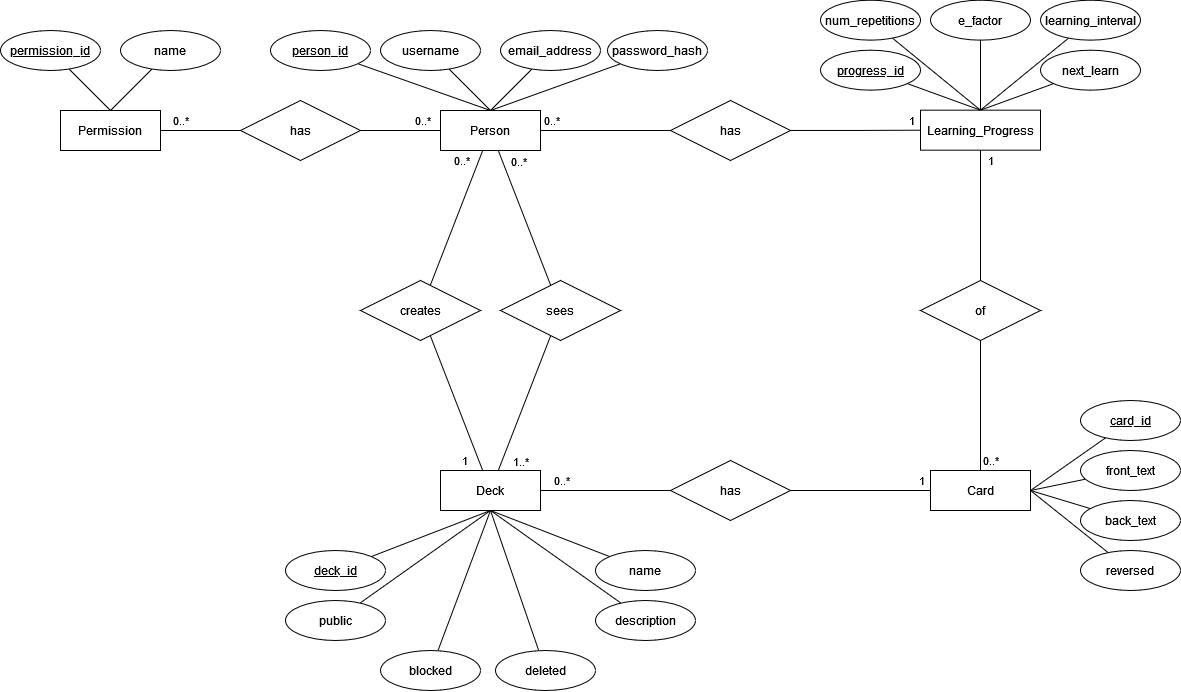
FabioPlunser/SWA-Project keeps this draw.io diagram as Diagrams/er-model/er-model.png. Above is the earlier version. Source tidied: cells renumbered, new cells last; positions are measured from the earlier drawing's top-left corner, leaving out a move shared by most shapes.
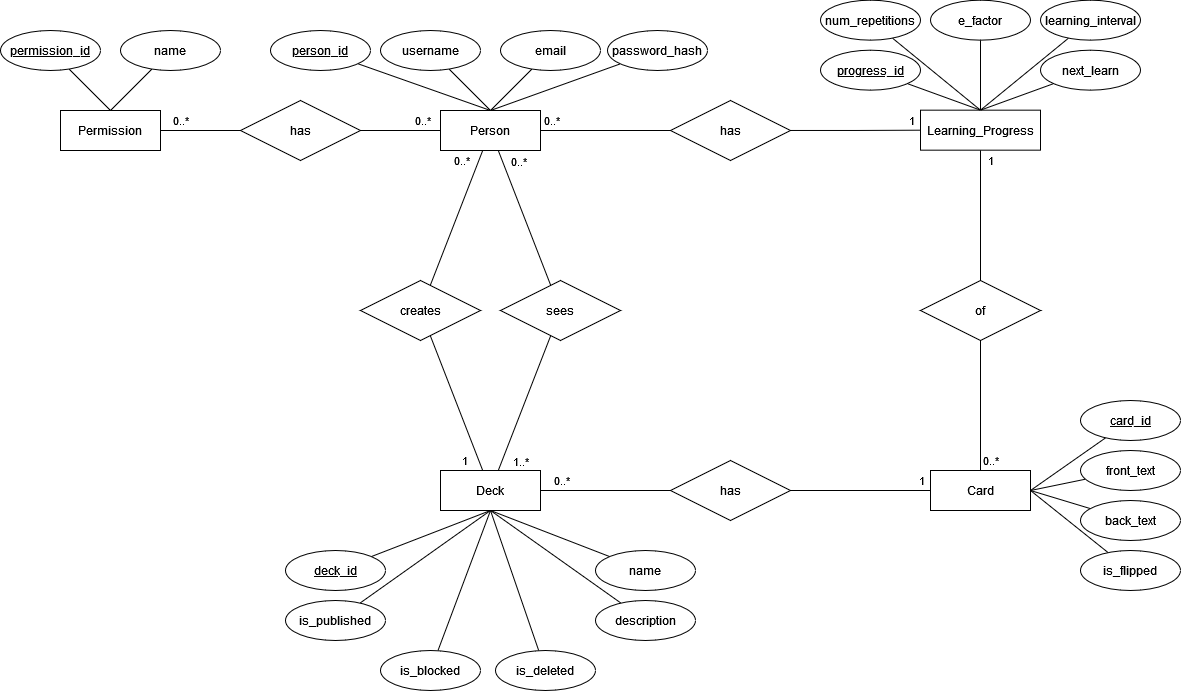
After the commit.

Commit message:
Update attribute names to match column names in current implementation (except snake case instead of camel case)

The edit, as a diff of the source:
```diff
@@ -55,7 +55,7 @@
     <mxCell id="16" value="username" style="ellipse;whiteSpace=wrap;html=1;align=center;" parent="1" vertex="1">
       <mxGeometry x="380" y="30" width="100" height="40" as="geometry" />
     </mxCell>
-    <mxCell id="17" value="email_address" style="ellipse;whiteSpace=wrap;html=1;align=center;" parent="1" vertex="1">
+    <mxCell id="17" value="email" style="ellipse;whiteSpace=wrap;html=1;align=center;" parent="1" vertex="1">
       <mxGeometry x="500" y="30" width="100" height="40" as="geometry" />
     </mxCell>
     <mxCell id="18" value="password_hash" style="ellipse;whiteSpace=wrap;html=1;align=center;" parent="1" vertex="1">
@@ -164,7 +164,7 @@
     <mxCell id="49" value="back_text" style="ellipse;whiteSpace=wrap;html=1;align=center;" parent="1" vertex="1">
       <mxGeometry x="1080" y="500" width="100" height="40" as="geometry" />
     </mxCell>
-    <mxCell id="50" value="reversed" style="ellipse;whiteSpace=wrap;html=1;align=center;" parent="1" vertex="1">
+    <mxCell id="50" value="is_flipped" style="ellipse;whiteSpace=wrap;html=1;align=center;" parent="1" vertex="1">
       <mxGeometry x="1080" y="550" width="100" height="40" as="geometry" />
     </mxCell>
     <mxCell id="51" value="deck_id" style="ellipse;whiteSpace=wrap;html=1;align=center;fontStyle=4;" parent="1" vertex="1">
@@ -185,19 +185,19 @@
     <mxCell id="56" style="edgeStyle=none;rounded=0;jettySize=auto;html=1;entryX=0.5;entryY=1;entryDx=0;entryDy=0;endArrow=none;endFill=0;" parent="1" edge="1" source="57" target="33">
       <mxGeometry relative="1" as="geometry" />
     </mxCell>
-    <mxCell id="57" value="blocked" style="ellipse;whiteSpace=wrap;html=1;align=center;" parent="1" vertex="1">
+    <mxCell id="57" value="is_blocked" style="ellipse;whiteSpace=wrap;html=1;align=center;" parent="1" vertex="1">
       <mxGeometry x="380" y="650" width="100" height="40" as="geometry" />
     </mxCell>
     <mxCell id="58" style="edgeStyle=none;rounded=0;jettySize=auto;html=1;entryX=0.5;entryY=1;entryDx=0;entryDy=0;endArrow=none;endFill=0;" parent="1" edge="1" source="59" target="33">
       <mxGeometry relative="1" as="geometry" />
     </mxCell>
-    <mxCell id="59" value="deleted" style="ellipse;whiteSpace=wrap;html=1;align=center;" parent="1" vertex="1">
+    <mxCell id="59" value="is_deleted" style="ellipse;whiteSpace=wrap;html=1;align=center;" parent="1" vertex="1">
       <mxGeometry x="495" y="650" width="100" height="40" as="geometry" />
     </mxCell>
     <mxCell id="60" style="edgeStyle=none;rounded=0;jettySize=auto;html=1;entryX=0.5;entryY=1;entryDx=0;entryDy=0;endArrow=none;endFill=0;" parent="1" edge="1" source="61" target="33">
       <mxGeometry relative="1" as="geometry" />
     </mxCell>
-    <mxCell id="61" value="public" style="ellipse;whiteSpace=wrap;html=1;align=center;" parent="1" vertex="1">
+    <mxCell id="61" value="is_published" style="ellipse;whiteSpace=wrap;html=1;align=center;" parent="1" vertex="1">
       <mxGeometry x="285" y="600" width="100" height="40" as="geometry" />
     </mxCell>
     <mxCell id="62" style="edgeStyle=none;rounded=0;jettySize=auto;html=1;endArrow=none;endFill=0;" parent="1" edge="1" source="64" target="43">
```
